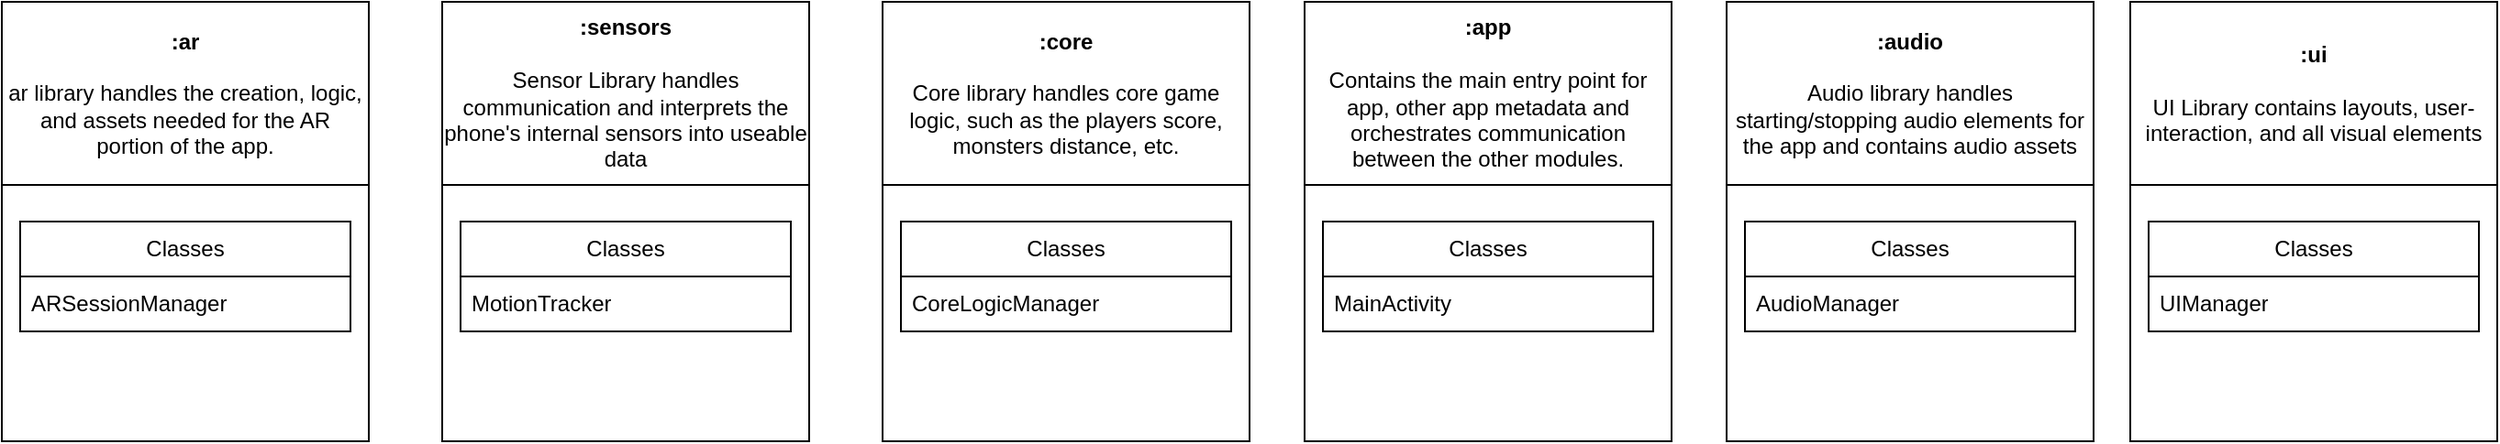
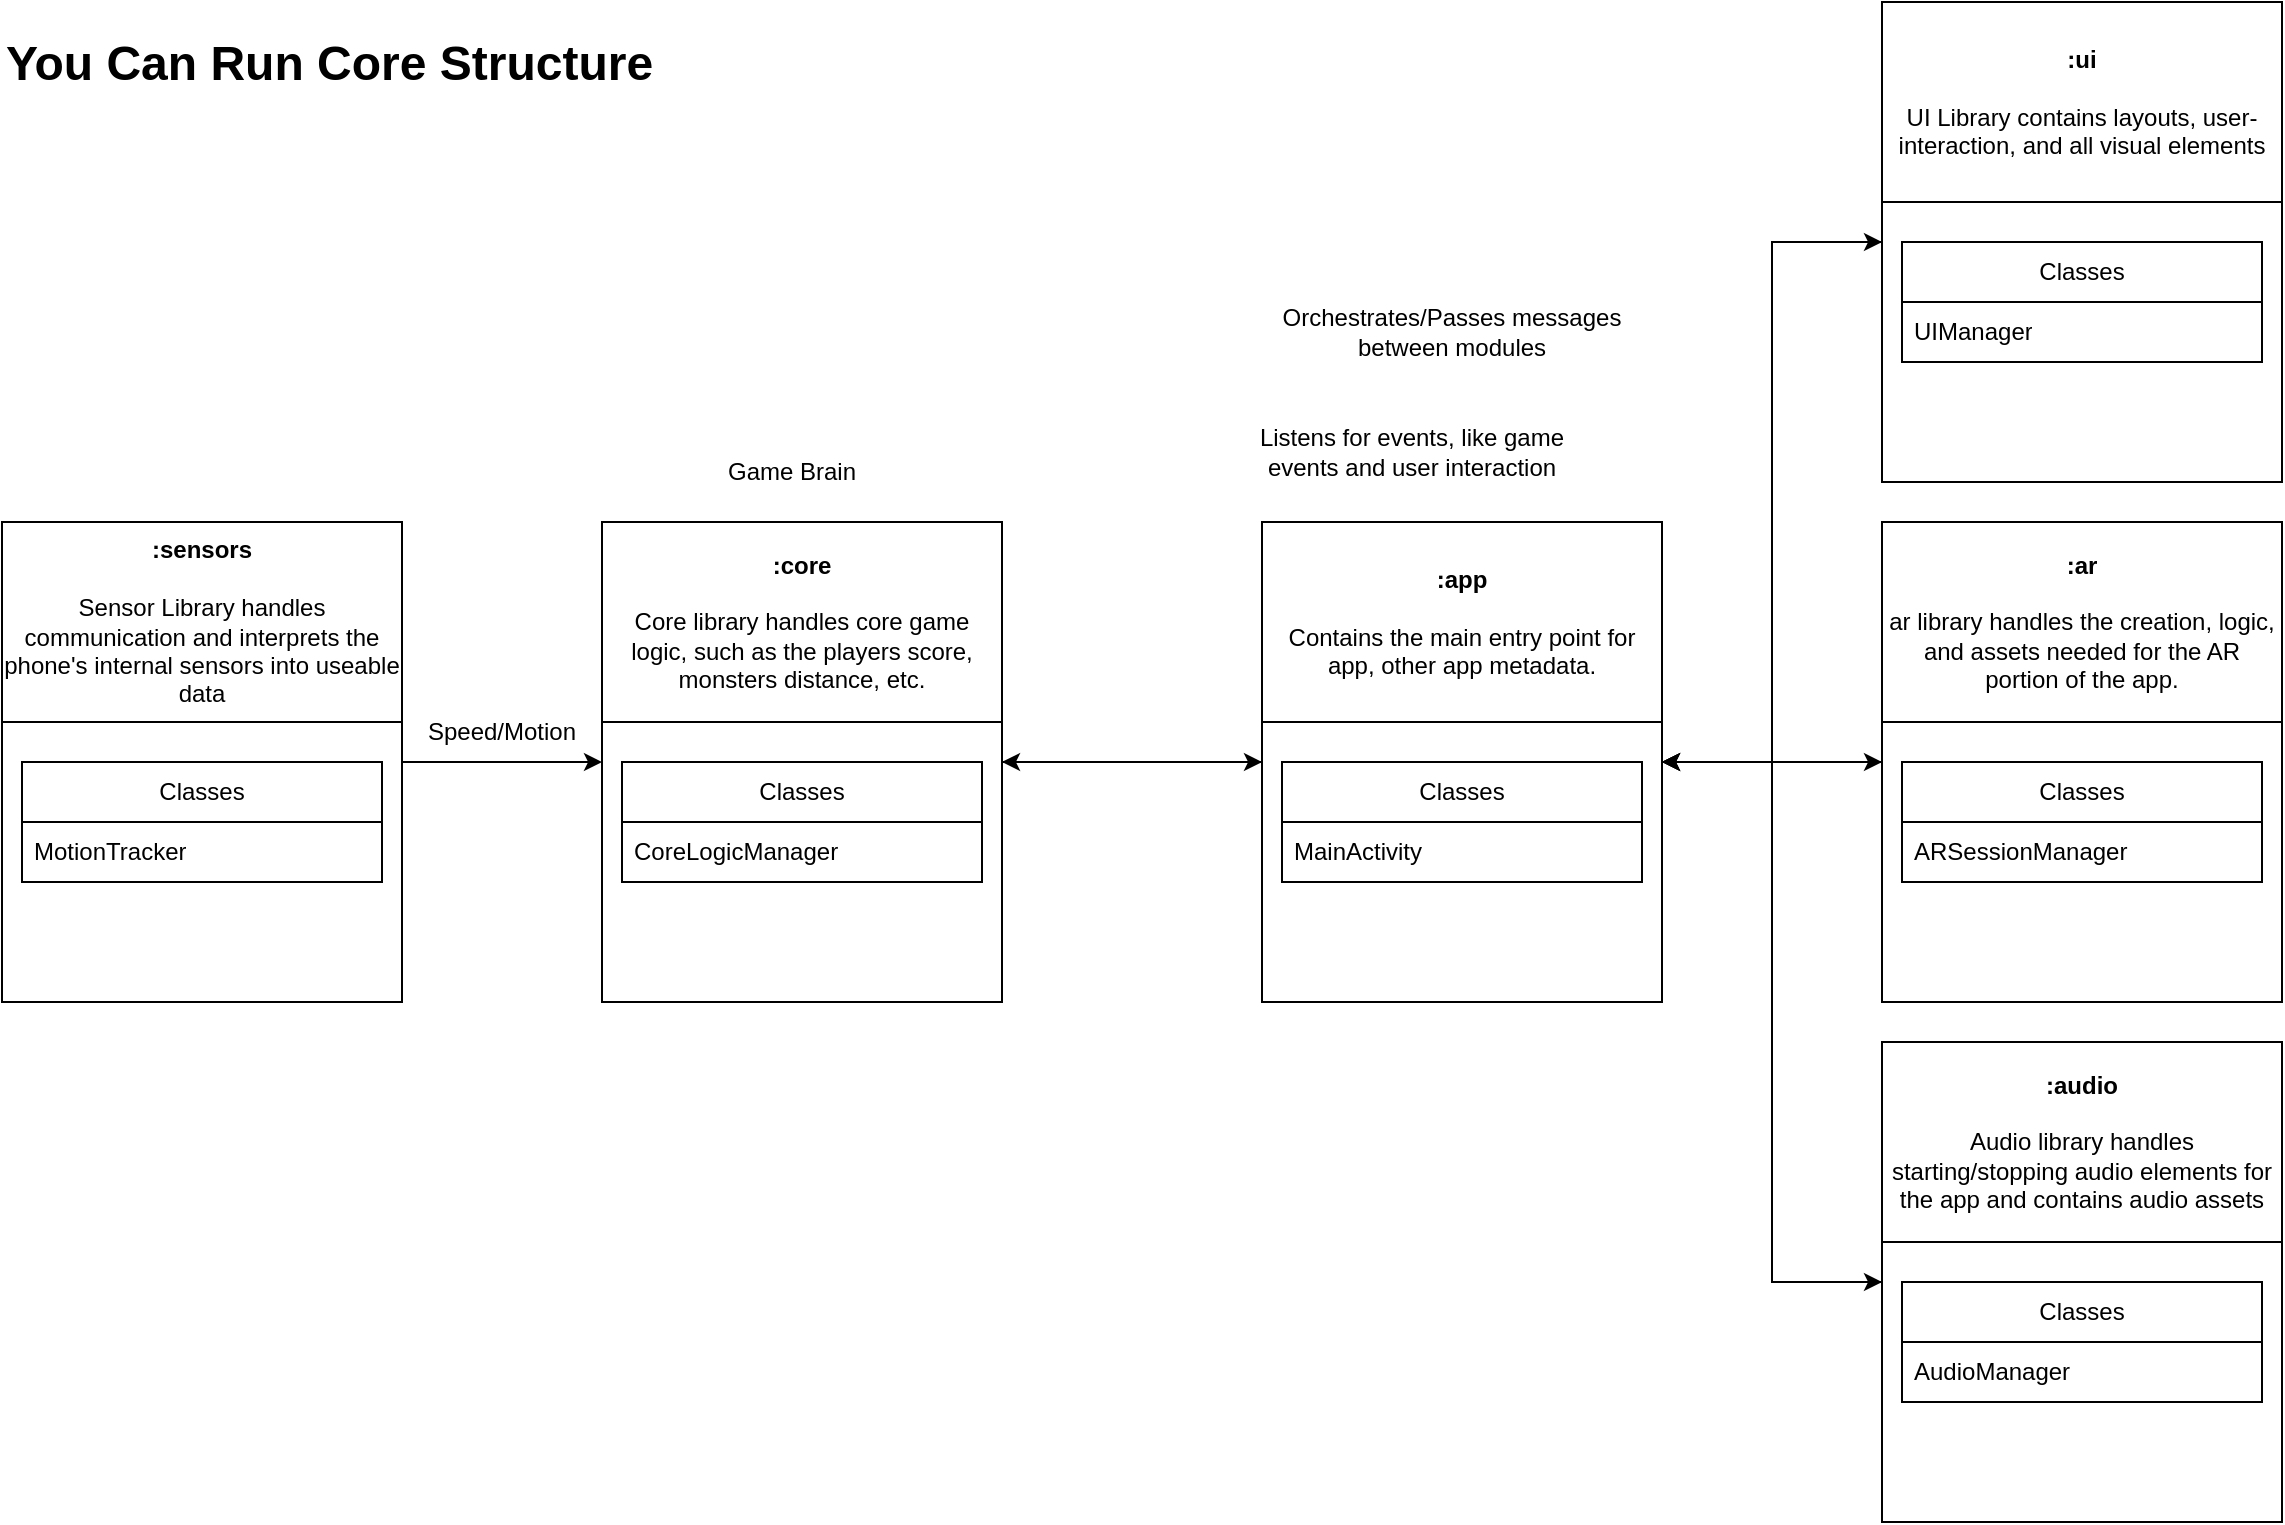
<mxfile host="app.diagrams.net" agent="Mozilla/5.0 (Windows NT 10.0; Win64; x64; rv:144.0) Gecko/20100101 Firefox/144.0" version="28.2.8">
  <diagram name="Page-1" id="x4o5FmK5M1mYU57jQ4B-">
    <mxGraphModel dx="2353" dy="868" grid="1" gridSize="10" guides="1" tooltips="1" connect="1" arrows="1" fold="1" page="1" pageScale="1" pageWidth="850" pageHeight="1100" math="0" shadow="0">
      <root>
        <mxCell id="0" />
        <mxCell id="1" parent="0" />
+         <mxCell id="8nHcXKAZ5uG0m_UUr_Kl-44" style="edgeStyle=orthogonalEdgeStyle;rounded=0;orthogonalLoop=1;jettySize=auto;html=1;exitX=0;exitY=0.5;exitDx=0;exitDy=0;entryX=1;entryY=0.5;entryDx=0;entryDy=0;" edge="1" parent="1" source="isqQ4OO7kmcKETVQ4hR7-13" target="isqQ4OO7kmcKETVQ4hR7-17">
+           <mxGeometry relative="1" as="geometry" />
+         </mxCell>
        <mxCell id="isqQ4OO7kmcKETVQ4hR7-13" value="&lt;div&gt;&lt;b&gt;:ar&lt;/b&gt;&lt;/div&gt;&lt;div&gt;&lt;br&gt;&lt;/div&gt;&lt;div&gt;&lt;span style=&quot;font-weight: normal;&quot;&gt;ar library handles the creation, logic, and assets needed for the AR portion of the app.&lt;/span&gt;&lt;/div&gt;" style="swimlane;whiteSpace=wrap;html=1;startSize=100;" parent="1" vertex="1">
-           <mxGeometry x="-200" y="110" width="200" height="240" as="geometry" />
+           <mxGeometry x="700" y="680" width="200" height="240" as="geometry" />
        </mxCell>
        <mxCell id="8nHcXKAZ5uG0m_UUr_Kl-2" value="Classes" style="swimlane;fontStyle=0;childLayout=stackLayout;horizontal=1;startSize=30;horizontalStack=0;resizeParent=1;resizeParentMax=0;resizeLast=0;collapsible=1;marginBottom=0;whiteSpace=wrap;html=1;" vertex="1" parent="isqQ4OO7kmcKETVQ4hR7-13">
          <mxGeometry x="10" y="120" width="180" height="60" as="geometry" />
        </mxCell>
        <mxCell id="8nHcXKAZ5uG0m_UUr_Kl-3" value="ARSessionManager" style="text;strokeColor=none;fillColor=none;align=left;verticalAlign=middle;spacingLeft=4;spacingRight=4;overflow=hidden;points=[[0,0.5],[1,0.5]];portConstraint=eastwest;rotatable=0;whiteSpace=wrap;html=1;" vertex="1" parent="8nHcXKAZ5uG0m_UUr_Kl-2">
          <mxGeometry y="30" width="180" height="30" as="geometry" />
        </mxCell>
+         <mxCell id="8nHcXKAZ5uG0m_UUr_Kl-22" style="edgeStyle=orthogonalEdgeStyle;rounded=0;orthogonalLoop=1;jettySize=auto;html=1;entryX=0;entryY=0.5;entryDx=0;entryDy=0;" edge="1" parent="1" source="isqQ4OO7kmcKETVQ4hR7-15" target="isqQ4OO7kmcKETVQ4hR7-16">
+           <mxGeometry relative="1" as="geometry" />
+         </mxCell>
        <mxCell id="isqQ4OO7kmcKETVQ4hR7-15" value="&lt;div&gt;&lt;b&gt;:sensors&lt;/b&gt;&lt;/div&gt;&lt;div&gt;&lt;br&gt;&lt;/div&gt;&lt;div&gt;&lt;span style=&quot;font-weight: normal;&quot;&gt;Sensor Library handles communication and interprets the phone&#39;s internal sensors into useable data&lt;/span&gt;&lt;/div&gt;" style="swimlane;whiteSpace=wrap;html=1;startSize=100;" parent="1" vertex="1">
-           <mxGeometry x="40" y="110" width="200" height="240" as="geometry" />
+           <mxGeometry x="-240" y="680" width="200" height="240" as="geometry" />
        </mxCell>
        <mxCell id="8nHcXKAZ5uG0m_UUr_Kl-6" value="Classes" style="swimlane;fontStyle=0;childLayout=stackLayout;horizontal=1;startSize=30;horizontalStack=0;resizeParent=1;resizeParentMax=0;resizeLast=0;collapsible=1;marginBottom=0;whiteSpace=wrap;html=1;" vertex="1" parent="isqQ4OO7kmcKETVQ4hR7-15">
          <mxGeometry x="10" y="120" width="180" height="60" as="geometry" />
        </mxCell>
        <mxCell id="8nHcXKAZ5uG0m_UUr_Kl-7" value="MotionTracker" style="text;strokeColor=none;fillColor=none;align=left;verticalAlign=middle;spacingLeft=4;spacingRight=4;overflow=hidden;points=[[0,0.5],[1,0.5]];portConstraint=eastwest;rotatable=0;whiteSpace=wrap;html=1;" vertex="1" parent="8nHcXKAZ5uG0m_UUr_Kl-6">
          <mxGeometry y="30" width="180" height="30" as="geometry" />
        </mxCell>
+         <mxCell id="8nHcXKAZ5uG0m_UUr_Kl-37" style="edgeStyle=orthogonalEdgeStyle;rounded=0;orthogonalLoop=1;jettySize=auto;html=1;entryX=0;entryY=0.5;entryDx=0;entryDy=0;" edge="1" parent="1" source="isqQ4OO7kmcKETVQ4hR7-16" target="isqQ4OO7kmcKETVQ4hR7-17">
+           <mxGeometry relative="1" as="geometry" />
+         </mxCell>
        <mxCell id="isqQ4OO7kmcKETVQ4hR7-16" value="&lt;div&gt;&lt;b&gt;:core&lt;/b&gt;&lt;/div&gt;&lt;div&gt;&lt;br&gt;&lt;/div&gt;&lt;div&gt;&lt;span style=&quot;font-weight: normal;&quot;&gt;Core library handles core game logic, such as the players score, monsters distance, etc.&lt;/span&gt;&lt;/div&gt;" style="swimlane;whiteSpace=wrap;html=1;startSize=100;" parent="1" vertex="1">
-           <mxGeometry x="280" y="110" width="200" height="240" as="geometry" />
+           <mxGeometry x="60" y="680" width="200" height="240" as="geometry" />
        </mxCell>
        <mxCell id="8nHcXKAZ5uG0m_UUr_Kl-8" value="Classes" style="swimlane;fontStyle=0;childLayout=stackLayout;horizontal=1;startSize=30;horizontalStack=0;resizeParent=1;resizeParentMax=0;resizeLast=0;collapsible=1;marginBottom=0;whiteSpace=wrap;html=1;" vertex="1" parent="isqQ4OO7kmcKETVQ4hR7-16">
          <mxGeometry x="10" y="120" width="180" height="60" as="geometry" />
        </mxCell>
        <mxCell id="8nHcXKAZ5uG0m_UUr_Kl-9" value="CoreLogicManager" style="text;strokeColor=none;fillColor=none;align=left;verticalAlign=middle;spacingLeft=4;spacingRight=4;overflow=hidden;points=[[0,0.5],[1,0.5]];portConstraint=eastwest;rotatable=0;whiteSpace=wrap;html=1;" vertex="1" parent="8nHcXKAZ5uG0m_UUr_Kl-8">
          <mxGeometry y="30" width="180" height="30" as="geometry" />
        </mxCell>
-         <mxCell id="isqQ4OO7kmcKETVQ4hR7-17" value="&lt;div&gt;&lt;b&gt;:app&lt;/b&gt;&lt;/div&gt;&lt;div&gt;&lt;br&gt;&lt;/div&gt;&lt;div&gt;&lt;span style=&quot;font-weight: normal;&quot;&gt;Contains the main entry point for app, other app metadata and orchestrates communication between the other modules.&lt;/span&gt;&lt;/div&gt;" style="swimlane;whiteSpace=wrap;html=1;startSize=100;" parent="1" vertex="1">
-           <mxGeometry x="510" y="110" width="200" height="240" as="geometry" />
+         <mxCell id="8nHcXKAZ5uG0m_UUr_Kl-38" style="edgeStyle=orthogonalEdgeStyle;rounded=0;orthogonalLoop=1;jettySize=auto;html=1;exitX=1;exitY=0.5;exitDx=0;exitDy=0;entryX=0;entryY=0.5;entryDx=0;entryDy=0;" edge="1" parent="1" source="isqQ4OO7kmcKETVQ4hR7-17" target="isqQ4OO7kmcKETVQ4hR7-13">
+           <mxGeometry relative="1" as="geometry" />
+         </mxCell>
+         <mxCell id="8nHcXKAZ5uG0m_UUr_Kl-39" style="edgeStyle=orthogonalEdgeStyle;rounded=0;orthogonalLoop=1;jettySize=auto;html=1;entryX=0;entryY=0.5;entryDx=0;entryDy=0;" edge="1" parent="1" source="isqQ4OO7kmcKETVQ4hR7-17" target="isqQ4OO7kmcKETVQ4hR7-20">
+           <mxGeometry relative="1" as="geometry" />
+         </mxCell>
+         <mxCell id="8nHcXKAZ5uG0m_UUr_Kl-40" style="edgeStyle=orthogonalEdgeStyle;rounded=0;orthogonalLoop=1;jettySize=auto;html=1;entryX=0;entryY=0.5;entryDx=0;entryDy=0;" edge="1" parent="1" source="isqQ4OO7kmcKETVQ4hR7-17" target="isqQ4OO7kmcKETVQ4hR7-18">
+           <mxGeometry relative="1" as="geometry" />
+         </mxCell>
+         <mxCell id="8nHcXKAZ5uG0m_UUr_Kl-46" style="edgeStyle=orthogonalEdgeStyle;rounded=0;orthogonalLoop=1;jettySize=auto;html=1;exitX=0;exitY=0.5;exitDx=0;exitDy=0;entryX=1;entryY=0.5;entryDx=0;entryDy=0;" edge="1" parent="1" source="isqQ4OO7kmcKETVQ4hR7-17" target="isqQ4OO7kmcKETVQ4hR7-16">
+           <mxGeometry relative="1" as="geometry" />
+         </mxCell>
+         <mxCell id="isqQ4OO7kmcKETVQ4hR7-17" value="&lt;div&gt;&lt;b&gt;:app&lt;/b&gt;&lt;/div&gt;&lt;div&gt;&lt;br&gt;&lt;/div&gt;&lt;div&gt;&lt;span style=&quot;font-weight: normal;&quot;&gt;Contains the main entry point for app, other app metadata.&lt;/span&gt;&lt;/div&gt;" style="swimlane;whiteSpace=wrap;html=1;startSize=100;" parent="1" vertex="1">
+           <mxGeometry x="390" y="680" width="200" height="240" as="geometry" />
        </mxCell>
        <mxCell id="8nHcXKAZ5uG0m_UUr_Kl-10" value="Classes" style="swimlane;fontStyle=0;childLayout=stackLayout;horizontal=1;startSize=30;horizontalStack=0;resizeParent=1;resizeParentMax=0;resizeLast=0;collapsible=1;marginBottom=0;whiteSpace=wrap;html=1;" vertex="1" parent="isqQ4OO7kmcKETVQ4hR7-17">
          <mxGeometry x="10" y="120" width="180" height="60" as="geometry" />
        </mxCell>
        <mxCell id="8nHcXKAZ5uG0m_UUr_Kl-11" value="&lt;div&gt;MainActivity&lt;/div&gt;" style="text;strokeColor=none;fillColor=none;align=left;verticalAlign=middle;spacingLeft=4;spacingRight=4;overflow=hidden;points=[[0,0.5],[1,0.5]];portConstraint=eastwest;rotatable=0;whiteSpace=wrap;html=1;" vertex="1" parent="8nHcXKAZ5uG0m_UUr_Kl-10">
          <mxGeometry y="30" width="180" height="30" as="geometry" />
        </mxCell>
+         <mxCell id="8nHcXKAZ5uG0m_UUr_Kl-45" style="edgeStyle=orthogonalEdgeStyle;rounded=0;orthogonalLoop=1;jettySize=auto;html=1;exitX=0;exitY=0.5;exitDx=0;exitDy=0;entryX=1;entryY=0.5;entryDx=0;entryDy=0;" edge="1" parent="1" source="isqQ4OO7kmcKETVQ4hR7-18" target="isqQ4OO7kmcKETVQ4hR7-17">
+           <mxGeometry relative="1" as="geometry" />
+         </mxCell>
        <mxCell id="isqQ4OO7kmcKETVQ4hR7-18" value="&lt;div&gt;&lt;b&gt;:audio&lt;/b&gt;&lt;/div&gt;&lt;div&gt;&lt;br&gt;&lt;/div&gt;&lt;div&gt;&lt;span style=&quot;font-weight: normal;&quot;&gt;Audio library handles starting/stopping audio elements for the app and contains audio assets&lt;/span&gt;&lt;/div&gt;" style="swimlane;whiteSpace=wrap;html=1;startSize=100;" parent="1" vertex="1">
-           <mxGeometry x="740" y="110" width="200" height="240" as="geometry">
+           <mxGeometry x="700" y="940" width="200" height="240" as="geometry">
            <mxRectangle x="740" y="110" width="530" height="100" as="alternateBounds" />
          </mxGeometry>
        </mxCell>
        <mxCell id="8nHcXKAZ5uG0m_UUr_Kl-12" value="Classes" style="swimlane;fontStyle=0;childLayout=stackLayout;horizontal=1;startSize=30;horizontalStack=0;resizeParent=1;resizeParentMax=0;resizeLast=0;collapsible=1;marginBottom=0;whiteSpace=wrap;html=1;" vertex="1" parent="isqQ4OO7kmcKETVQ4hR7-18">
          <mxGeometry x="10" y="120" width="180" height="60" as="geometry" />
        </mxCell>
        <mxCell id="8nHcXKAZ5uG0m_UUr_Kl-13" value="AudioManager" style="text;strokeColor=none;fillColor=none;align=left;verticalAlign=middle;spacingLeft=4;spacingRight=4;overflow=hidden;points=[[0,0.5],[1,0.5]];portConstraint=eastwest;rotatable=0;whiteSpace=wrap;html=1;" vertex="1" parent="8nHcXKAZ5uG0m_UUr_Kl-12">
          <mxGeometry y="30" width="180" height="30" as="geometry" />
        </mxCell>
+         <mxCell id="8nHcXKAZ5uG0m_UUr_Kl-43" style="edgeStyle=orthogonalEdgeStyle;rounded=0;orthogonalLoop=1;jettySize=auto;html=1;exitX=0;exitY=0.5;exitDx=0;exitDy=0;entryX=1;entryY=0.5;entryDx=0;entryDy=0;" edge="1" parent="1" source="isqQ4OO7kmcKETVQ4hR7-20" target="isqQ4OO7kmcKETVQ4hR7-17">
+           <mxGeometry relative="1" as="geometry" />
+         </mxCell>
        <mxCell id="isqQ4OO7kmcKETVQ4hR7-20" value="&lt;div&gt;&lt;b&gt;:ui&lt;/b&gt;&lt;/div&gt;&lt;div&gt;&lt;br&gt;&lt;/div&gt;&lt;div&gt;&lt;span style=&quot;font-weight: normal;&quot;&gt;UI Library contains layouts, user-interaction, and all visual elements&lt;/span&gt;&lt;/div&gt;" style="swimlane;whiteSpace=wrap;html=1;startSize=100;" parent="1" vertex="1">
-           <mxGeometry x="960" y="110" width="200" height="240" as="geometry" />
+           <mxGeometry x="700" y="420" width="200" height="240" as="geometry" />
        </mxCell>
        <mxCell id="8nHcXKAZ5uG0m_UUr_Kl-14" value="Classes" style="swimlane;fontStyle=0;childLayout=stackLayout;horizontal=1;startSize=30;horizontalStack=0;resizeParent=1;resizeParentMax=0;resizeLast=0;collapsible=1;marginBottom=0;whiteSpace=wrap;html=1;" vertex="1" parent="isqQ4OO7kmcKETVQ4hR7-20">
          <mxGeometry x="10" y="120" width="180" height="60" as="geometry" />
        </mxCell>
        <mxCell id="8nHcXKAZ5uG0m_UUr_Kl-15" value="UIManager" style="text;strokeColor=none;fillColor=none;align=left;verticalAlign=middle;spacingLeft=4;spacingRight=4;overflow=hidden;points=[[0,0.5],[1,0.5]];portConstraint=eastwest;rotatable=0;whiteSpace=wrap;html=1;" vertex="1" parent="8nHcXKAZ5uG0m_UUr_Kl-14">
          <mxGeometry y="30" width="180" height="30" as="geometry" />
        </mxCell>
+         <mxCell id="8nHcXKAZ5uG0m_UUr_Kl-28" value="Speed/Motion" style="text;html=1;whiteSpace=wrap;strokeColor=none;fillColor=none;align=center;verticalAlign=middle;rounded=0;" vertex="1" parent="1">
+           <mxGeometry x="-30" y="770" width="80" height="30" as="geometry" />
+         </mxCell>
+         <mxCell id="8nHcXKAZ5uG0m_UUr_Kl-42" value="&lt;h1 style=&quot;margin-top: 0px;&quot;&gt;You Can Run Core Structure&lt;/h1&gt;&lt;p&gt;&lt;br&gt;&lt;/p&gt;" style="text;html=1;whiteSpace=wrap;overflow=hidden;rounded=0;" vertex="1" parent="1">
+           <mxGeometry x="-240" y="430" width="470" height="50" as="geometry" />
+         </mxCell>
+         <mxCell id="8nHcXKAZ5uG0m_UUr_Kl-47" value="Orchestrates/Passes messages between modules" style="text;html=1;whiteSpace=wrap;strokeColor=none;fillColor=none;align=center;verticalAlign=middle;rounded=0;" vertex="1" parent="1">
+           <mxGeometry x="390" y="570" width="190" height="30" as="geometry" />
+         </mxCell>
+         <mxCell id="8nHcXKAZ5uG0m_UUr_Kl-48" value="Listens for events, like game events and user interaction" style="text;html=1;whiteSpace=wrap;strokeColor=none;fillColor=none;align=center;verticalAlign=middle;rounded=0;" vertex="1" parent="1">
+           <mxGeometry x="380" y="630" width="170" height="30" as="geometry" />
+         </mxCell>
+         <mxCell id="8nHcXKAZ5uG0m_UUr_Kl-49" value="Game Brain" style="text;html=1;whiteSpace=wrap;strokeColor=none;fillColor=none;align=center;verticalAlign=middle;rounded=0;" vertex="1" parent="1">
+           <mxGeometry x="100" y="640" width="110" height="30" as="geometry" />
+         </mxCell>
      </root>
    </mxGraphModel>
  </diagram>
</mxfile>
